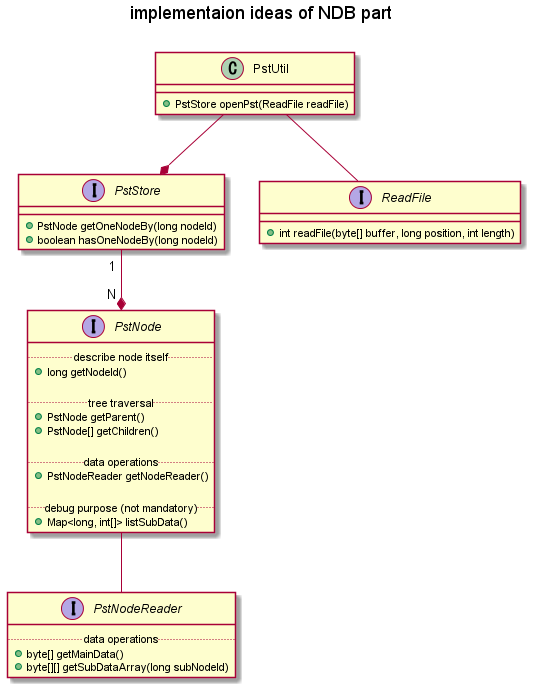
The PlantUML diagram out/plantuml/base/schematic.png in Kris-LIBIS/ruby-msg, before a commit.
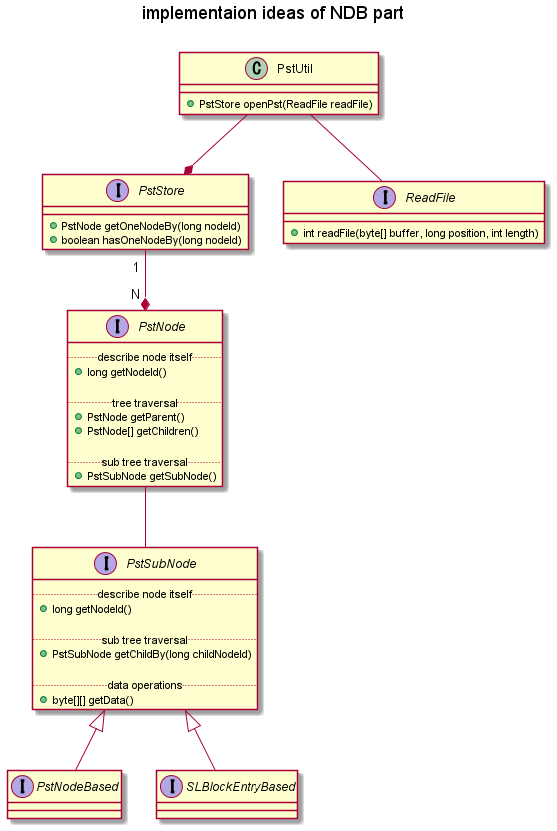
The same diagram one commit later.

The edit, as a diff of the source:
```diff
@@ -18,23 +18,35 @@
     + PstNode getParent()
     + PstNode[] getChildren()
 
-    .. data operations ..
-    + PstNodeReader getNodeReader()
-
-    .. debug purpose (not mandatory) ..
-    + Map<long, int[]> listSubData()
+    .. sub tree traversal ..
+    + PstSubNode getSubNode()
 }
 
-interface PstNodeReader {
+interface PstSubNode {
+    .. describe node itself ..
+    + long getNodeId()
+
+    .. sub tree traversal ..
+    + PstSubNode getChildBy(long childNodeId)
+
     .. data operations ..
-    + byte[] getMainData()
-    + byte[][] getSubDataArray(long subNodeId)
+    + byte[][] getData()
+}
+
+interface PstNodeBased {
+
+}
+
+interface SLBlockEntryBased {
+
 }
 
 PstUtil --* PstStore
 PstUtil -- ReadFile
 PstStore " 1 " --* " N " PstNode
-PstNode -- PstNodeReader
+PstNode -- PstSubNode
+PstSubNode <|-- PstNodeBased
+PstSubNode <|-- SLBlockEntryBased
 
 interface ReadFile {
     + int readFile(byte[] buffer, long position, int length)
```
